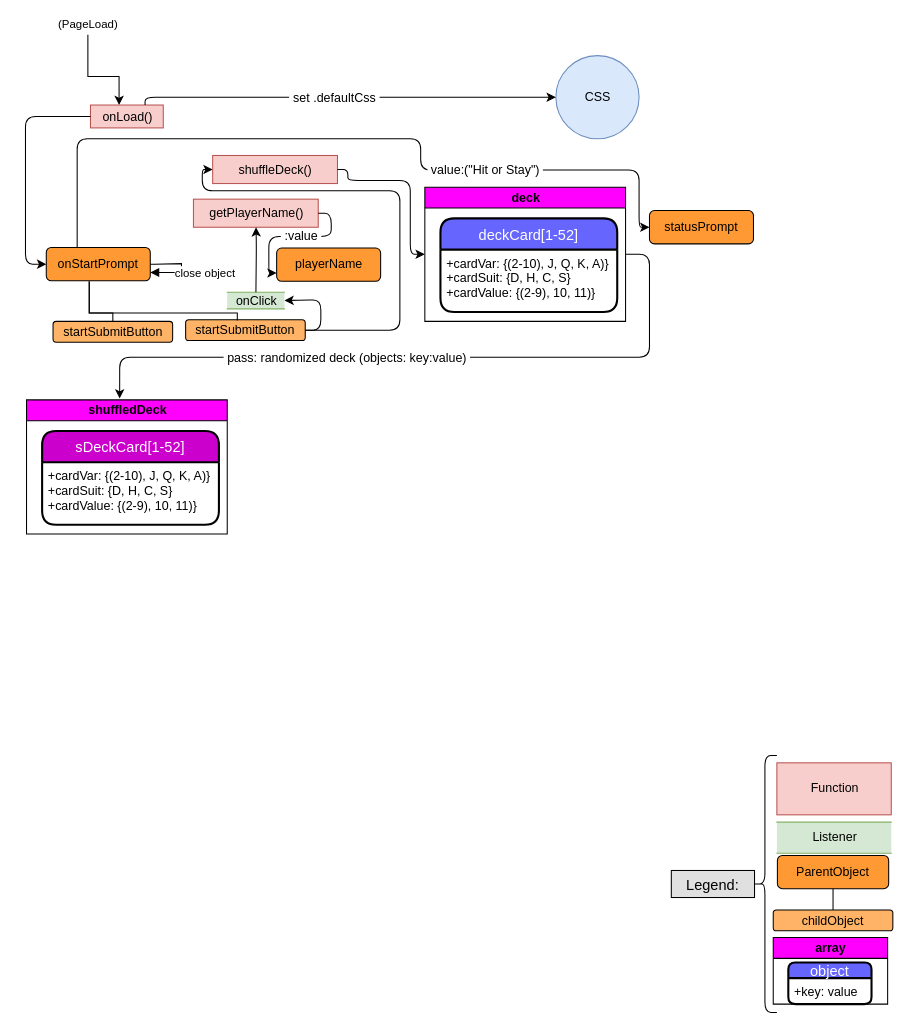
Above: page "jsControlFlow" (1 of 2) of project/Ga-Project1-WireFrames.drawio in sageguy09/ga-project1-blackjack (draw.io), before the change. Source tidied: cells renumbered, new cells numbered last; positions are measured from the earlier drawing's top-left corner, leaving out a move shared by most shapes. Both pictures are drawn from the tidied source at 104%, with x=0, y=0 at pixel (25, 24).
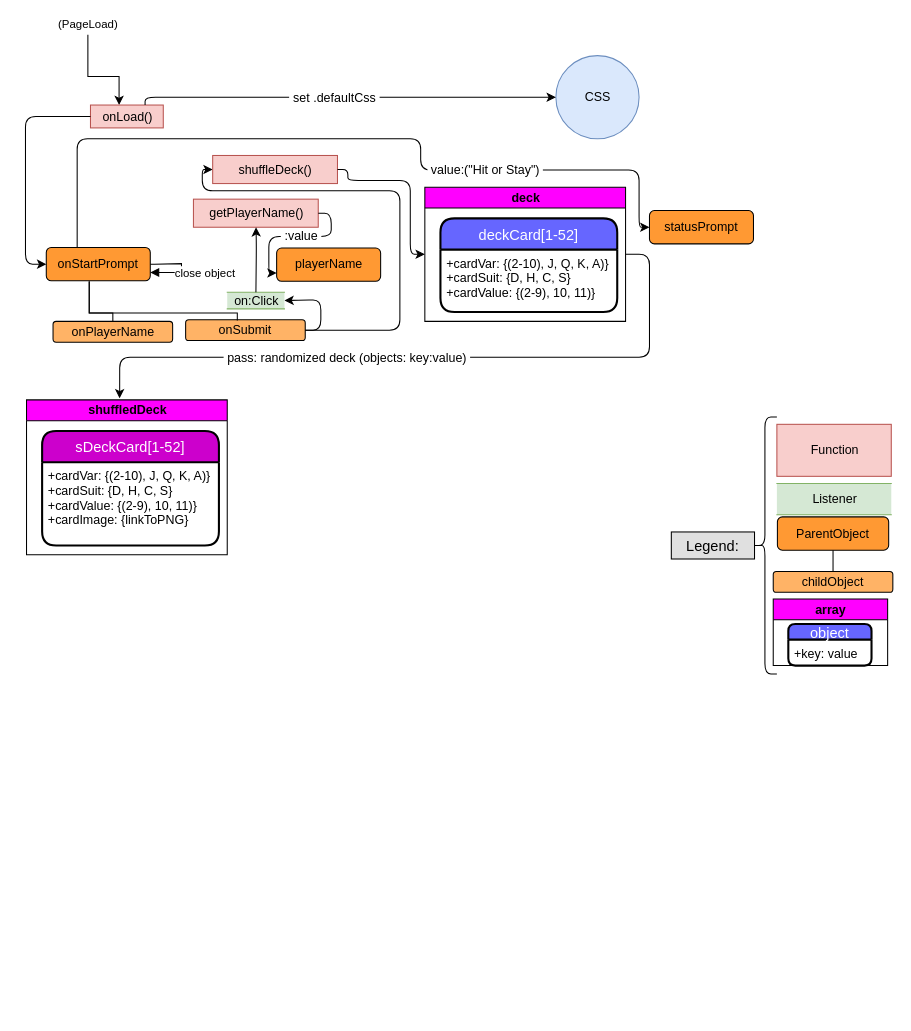
After the change.

Commit message (it also covers changes not shown here):
Added temporary input form for playerName, styling. update wireframe to match new variable names

Diff of the diagram source:
```diff
@@
     <mxCell id="2" value="Function" style="html=1;dashed=0;whitespace=wrap;fillColor=#f8cecc;strokeColor=#b85450;" parent="1" vertex="1">
-      <mxGeometry x="722.5" y="710" width="110" height="50" as="geometry" />
+      <mxGeometry x="722.5" y="384.5" width="110" height="50" as="geometry" />
     </mxCell>
@@
     <mxCell id="5" value="Listener" style="html=1;dashed=0;whitespace=wrap;shape=partialRectangle;right=0;left=0;fillColor=#d5e8d4;strokeColor=#82b366;" parent="1" vertex="1">
-      <mxGeometry x="722.5" y="767" width="110" height="30" as="geometry" />
+      <mxGeometry x="722.5" y="441.5" width="110" height="30" as="geometry" />
     </mxCell>
@@
     <mxCell id="12" value="ParentObject" style="rounded=1;whiteSpace=wrap;html=1;fillColor=#FF9933;" parent="1" vertex="1">
-      <mxGeometry x="723" y="799" width="107" height="32" as="geometry" />
+      <mxGeometry x="723" y="473.5" width="107" height="32" as="geometry" />
     </mxCell>
     <mxCell id="13" value="childObject" style="rounded=1;whiteSpace=wrap;html=1;fillColor=#FFB366;" parent="1" vertex="1">
-      <mxGeometry x="719" y="851.5" width="115" height="20" as="geometry" />
+      <mxGeometry x="719" y="526" width="115" height="20" as="geometry" />
     </mxCell>
-    <mxCell id="14" value="startSubmitButton" style="rounded=1;whiteSpace=wrap;html=1;fillColor=#FFB366;" parent="1" vertex="1">
+    <mxCell id="14" value="onSubmit" style="rounded=1;whiteSpace=wrap;html=1;fillColor=#FFB366;" parent="1" vertex="1">
       <mxGeometry x="154" y="284" width="115" height="20" as="geometry" />
     </mxCell>
-    <mxCell id="15" value="startSubmitButton" style="rounded=1;whiteSpace=wrap;html=1;fillColor=#FFB366;" parent="1" vertex="1">
+    <mxCell id="15" value="onPlayerName" style="rounded=1;whiteSpace=wrap;html=1;fillColor=#FFB366;" parent="1" vertex="1">
       <mxGeometry x="26.5" y="285.5" width="115" height="20" as="geometry" />
     </mxCell>
@@
-    <mxCell id="22" value="onClick" style="html=1;dashed=0;whitespace=wrap;shape=partialRectangle;right=0;left=0;fillColor=#d5e8d4;strokeColor=#82b366;" parent="1" vertex="1">
+    <mxCell id="22" value="on:Click" style="html=1;dashed=0;whitespace=wrap;shape=partialRectangle;right=0;left=0;fillColor=#d5e8d4;strokeColor=#82b366;" parent="1" vertex="1">
       <mxGeometry x="194" y="257.5" width="55" height="16" as="geometry" />
     </mxCell>
@@
     <mxCell id="32" value="shuffledDeck" style="swimlane;html=1;startSize=20;horizontal=1;containerType=tree;fillColor=#FF00FF;" parent="1" vertex="1">
-      <mxGeometry x="1" y="361" width="193" height="129" as="geometry" />
+      <mxGeometry x="1" y="361" width="193" height="149" as="geometry" />
     </mxCell>
     <mxCell id="33" value="sDeckCard[1-52]" style="swimlane;horizontal=1;startSize=30;fillColor=#CC00CC;fontColor=#FFFFFF;rounded=1;fontSize=14;fontStyle=0;strokeWidth=2;shadow=0;dashed=0;align=center;" parent="32" vertex="1">
-      <mxGeometry x="15" y="30" width="170" height="90" as="geometry" />
+      <mxGeometry x="15" y="30" width="170" height="110" as="geometry" />
     </mxCell>
-    <mxCell id="34" value="+cardVar: {(2-10), J, Q, K, A)}&#10;+cardSuit: {D, H, C, S}&#10;+cardValue: {(2-9), 10, 11)}" style="align=left;strokeColor=none;fillColor=none;spacingLeft=4;fontSize=12;verticalAlign=top;" parent="33" vertex="1">
-      <mxGeometry y="30" width="170" height="60" as="geometry" />
+    <mxCell id="34" value="+cardVar: {(2-10), J, Q, K, A)}&#10;+cardSuit: {D, H, C, S}&#10;+cardValue: {(2-9), 10, 11)}&#10;+cardImage: {linkToPNG}" style="align=left;strokeColor=none;fillColor=none;spacingLeft=4;fontSize=12;verticalAlign=top;" parent="33" vertex="1">
+      <mxGeometry y="30" width="170" height="80" as="geometry" />
     </mxCell>
@@
     <mxCell id="38" value="Legend:" style="text;align=center;verticalAlign=middle;spacingLeft=4;spacingRight=4;strokeColor=#000000;fillColor=#e0e0e0;fontSize=14;" parent="1" vertex="1">
-      <mxGeometry x="621" y="813.5" width="80" height="26" as="geometry" />
+      <mxGeometry x="621" y="488" width="80" height="26" as="geometry" />
     </mxCell>
     <mxCell id="39" style="shape=curlyBracket;whiteSpace=wrap;html=1;rounded=1;fillColor=#CC00CC;" parent="1" vertex="1">
-      <mxGeometry x="699.5" y="703" width="23" height="247" as="geometry" />
+      <mxGeometry x="699.5" y="377.5" width="23" height="247" as="geometry" />
     </mxCell>
     <mxCell id="40" style="edgeStyle=elbowEdgeStyle;elbow=vertical;startArrow=none;endArrow=none;rounded=0;exitX=0.5;exitY=1;exitDx=0;exitDy=0;entryX=0.5;entryY=0;entryDx=0;entryDy=0;" parent="1" edge="1" source="12" target="13">
       <mxGeometry relative="1" as="geometry">
         <Array as="points">
-          <mxPoint x="800" y="840" />
-          <mxPoint x="747" y="930.5" />
-          <mxPoint x="737" y="930.5" />
-          <mxPoint x="737" y="940.5" />
-          <mxPoint x="747" y="940.5" />
-          <mxPoint x="787" y="940.5" />
+          <mxPoint x="800" y="514.5" />
+          <mxPoint x="747" y="605" />
+          <mxPoint x="737" y="605" />
+          <mxPoint x="737" y="615" />
+          <mxPoint x="747" y="615" />
+          <mxPoint x="787" y="615" />
         </Array>
       </mxGeometry>
     </mxCell>
     <mxCell id="41" value="array" style="swimlane;html=1;startSize=20;horizontal=1;containerType=tree;fillColor=#FF00FF;" parent="1" vertex="1">
-      <mxGeometry x="719" y="878" width="110" height="64" as="geometry" />
+      <mxGeometry x="719" y="552.5" width="110" height="64" as="geometry" />
     </mxCell>
```
